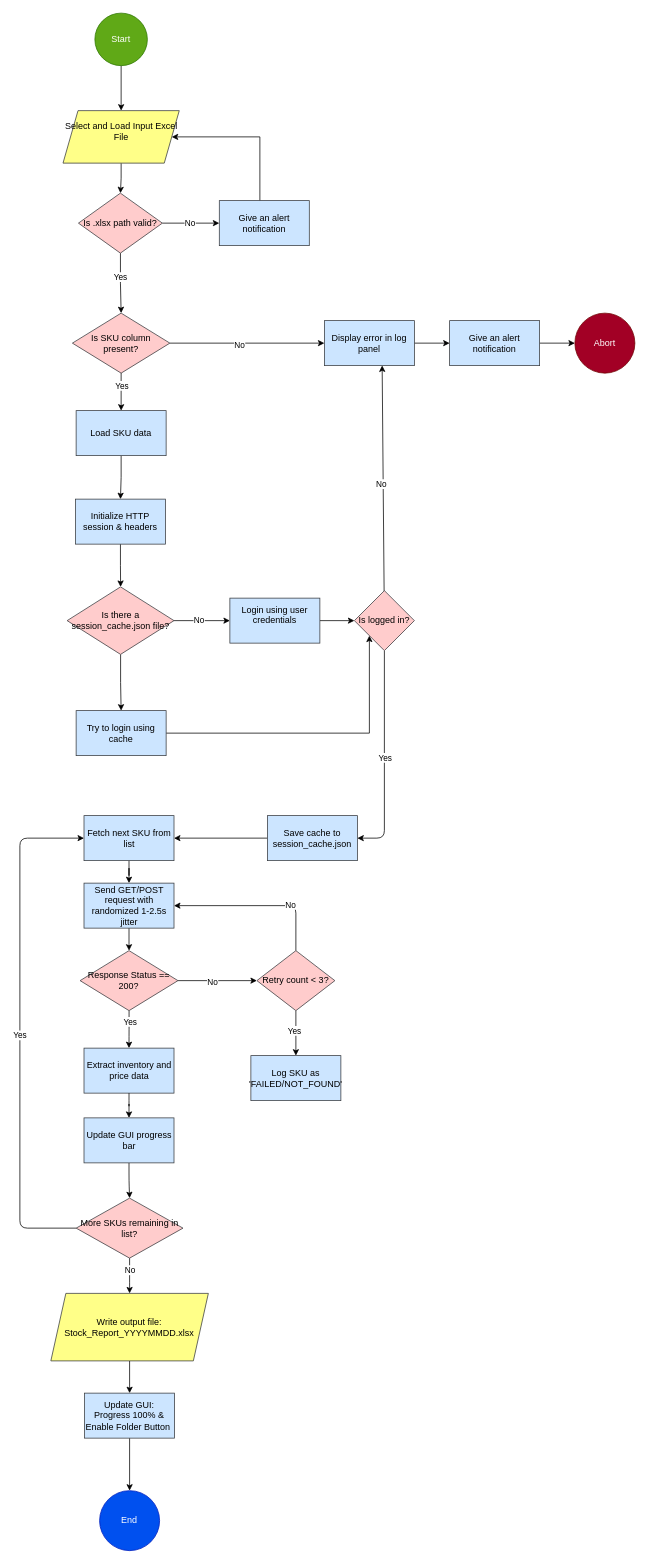
sedat-yazici/stock-controller keeps this draw.io diagram as flowchart.drawio. Above is the earlier version. Source tidied: cells renumbered, new cells numbered last; positions are measured from the earlier drawing's top-left corner, leaving out a move shared by most shapes. Both pictures are drawn from the tidied source at 75%, with x=0, y=0 at pixel (20, 13).
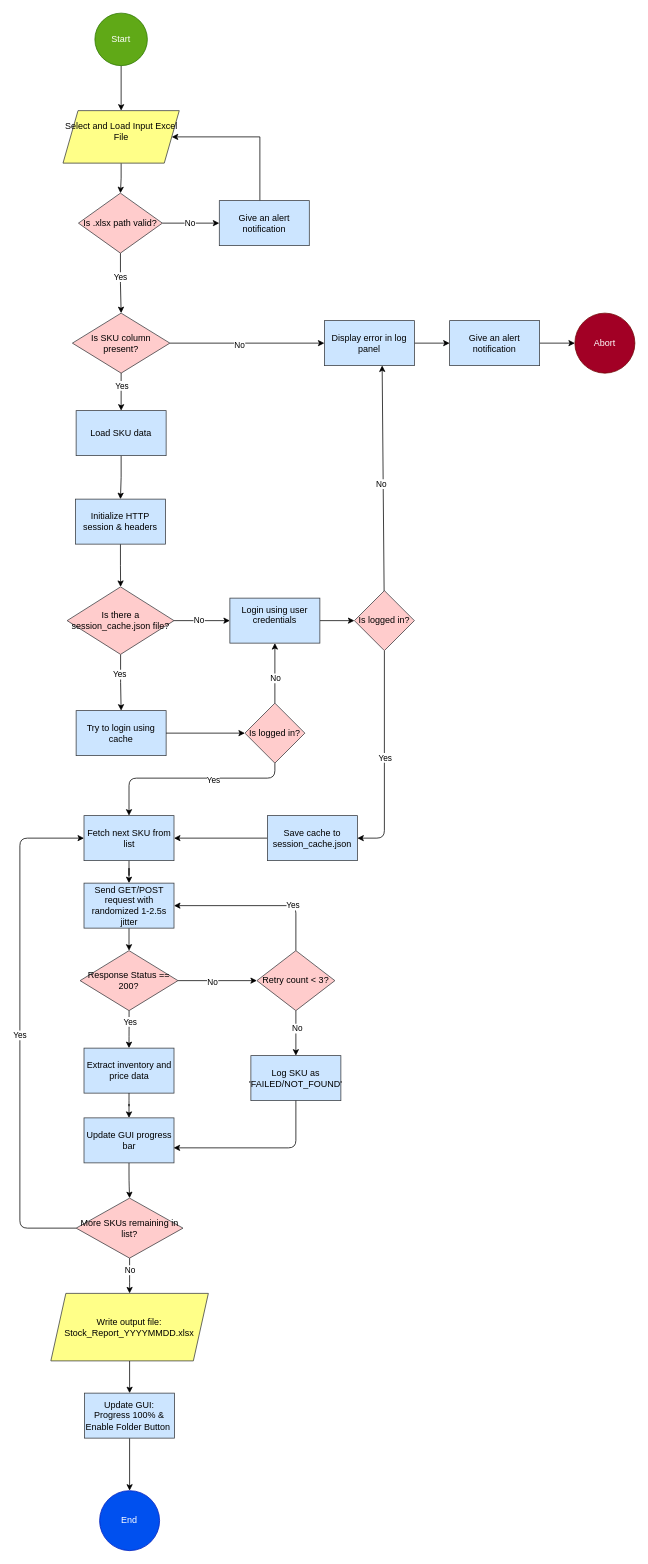
After the change.

Commit message:
flowchart.drawio add missing labels

Unchanged cells that the change refers to:
```xml
<mxCell id="24" style="edgeStyle=orthogonalEdgeStyle;rounded=0;jettySize=auto;html=1;" parent="1" edge="1" source="27" target="29">
  <mxGeometry relative="1" as="geometry" />
</mxCell>
<mxCell id="29" value="Try to login using cache" style="whiteSpace=wrap;html=1;fillColor=#cce5ff;strokeColor=#36393d;" parent="1" vertex="1">
  <mxGeometry x="75" y="930" width="120" height="60" as="geometry" />
</mxCell>
<mxCell id="31" value="Login using user credentials&lt;div&gt;&lt;br&gt;&lt;/div&gt;" style="whiteSpace=wrap;html=1;fillColor=#cce5ff;strokeColor=#36393d;" parent="1" vertex="1">
  <mxGeometry x="280" y="780" width="120" height="60" as="geometry" />
</mxCell>
<mxCell id="34" value="Is logged in?" style="rhombus;whiteSpace=wrap;html=1;shapeInside=1;fillColor=#ffcccc;strokeColor=#36393d;" parent="1" vertex="1">
  <mxGeometry x="446" y="770" width="80" height="80" as="geometry" />
</mxCell>
<mxCell id="43" value="Fetch next SKU from list" style="whiteSpace=wrap;html=1;fillColor=#cce5ff;strokeColor=#36393d;" parent="1" vertex="1">
  <mxGeometry x="85.5" y="1070" width="120" height="60" as="geometry" />
</mxCell>
<mxCell id="51" style="edgeStyle=orthogonalEdgeStyle;rounded=1;jettySize=auto;html=1;entryX=1;entryY=0.5;entryDx=0;entryDy=0;curved=0;" parent="1" edge="1" source="55" target="45">
  <mxGeometry relative="1" as="geometry">
    <Array as="points">
      <mxPoint x="368" y="1190" />
    </Array>
  </mxGeometry>
</mxCell>
<mxCell id="53" style="edgeStyle=orthogonalEdgeStyle;shape=connector;curved=0;rounded=1;jettySize=auto;html=1;strokeColor=default;align=center;verticalAlign=middle;fontFamily=Helvetica;fontSize=11;fontColor=default;labelBackgroundColor=default;endArrow=classic;" parent="1" edge="1" source="55" target="56">
  <mxGeometry relative="1" as="geometry" />
</mxCell>
<mxCell id="56" value="Log SKU as 'FAILED/NOT_FOUND'" style="whiteSpace=wrap;html=1;strokeColor=#36393d;align=center;verticalAlign=middle;fontFamily=Helvetica;fontSize=12;fontColor=default;fillColor=#cce5ff;" parent="1" vertex="1">
  <mxGeometry x="308" y="1390" width="120" height="60" as="geometry" />
</mxCell>
<mxCell id="67" value="Update GUI progress bar" style="whiteSpace=wrap;html=1;fillColor=#cce5ff;strokeColor=#36393d;" parent="1" vertex="1">
  <mxGeometry x="85.5" y="1473" width="120" height="60" as="geometry" />
</mxCell>
```

What changed in the source:
```diff
@@
+    <mxCell id="71" value="Yes" style="edgeLabel;html=1;align=center;verticalAlign=middle;fontFamily=Helvetica;fontSize=11;fontColor=default;labelBackgroundColor=default;" parent="24" vertex="1">
+      <mxGeometry x="-0.3" y="-2" relative="1" as="geometry" />
+    </mxCell>
@@
-    <mxCell id="28" style="edgeStyle=orthogonalEdgeStyle;rounded=0;jettySize=auto;html=1;entryX=0;entryY=1;entryDx=0;entryDy=0;" parent="1" edge="1" source="29" target="34">
+    <mxCell id="28" style="rounded=1;jettySize=auto;html=1;entryX=0.5;entryY=1;entryDx=0;entryDy=0;" parent="1" edge="1" source="79" target="31">
       <mxGeometry relative="1" as="geometry" />
     </mxCell>
+    <mxCell id="72" value="No" style="edgeLabel;html=1;align=center;verticalAlign=middle;fontFamily=Helvetica;fontSize=11;fontColor=default;labelBackgroundColor=default;" parent="28" vertex="1">
+      <mxGeometry x="-0.14" relative="1" as="geometry" />
+    </mxCell>
@@
-    <mxCell id="52" value="No" style="edgeLabel;html=1;align=center;verticalAlign=middle;fontFamily=Helvetica;fontSize=11;fontColor=default;labelBackgroundColor=default;" parent="51" vertex="1">
-      <mxGeometry x="-0.39" y="-2" relative="1" as="geometry" />
-    </mxCell>
+    <mxCell id="73" value="Yes" style="edgeLabel;html=1;align=center;verticalAlign=middle;fontFamily=Helvetica;fontSize=11;fontColor=default;labelBackgroundColor=default;" parent="51" vertex="1">
+      <mxGeometry x="-0.42" y="-1" relative="1" as="geometry" />
+    </mxCell>
@@
-    <mxCell id="54" value="Yes" style="edgeLabel;html=1;align=center;verticalAlign=middle;fontFamily=Helvetica;fontSize=11;fontColor=default;labelBackgroundColor=default;" parent="53" vertex="1">
-      <mxGeometry x="-0.18" y="-3" relative="1" as="geometry">
-        <mxPoint y="1" as="offset" />
-      </mxGeometry>
-    </mxCell>
+    <mxCell id="74" value="No" style="edgeLabel;html=1;align=center;verticalAlign=middle;fontFamily=Helvetica;fontSize=11;fontColor=default;labelBackgroundColor=default;" parent="53" vertex="1">
+      <mxGeometry x="-0.23" y="1" relative="1" as="geometry" />
+    </mxCell>
@@
+    <mxCell id="75" style="edgeStyle=orthogonalEdgeStyle;shape=connector;curved=0;rounded=1;jettySize=auto;html=1;entryX=0.996;entryY=0.666;entryDx=0;entryDy=0;entryPerimeter=0;strokeColor=default;align=center;verticalAlign=middle;fontFamily=Helvetica;fontSize=11;fontColor=default;labelBackgroundColor=default;endArrow=classic;exitX=0.5;exitY=1;exitDx=0;exitDy=0;" parent="1" edge="1" source="56" target="67">
+      <mxGeometry relative="1" as="geometry" />
+    </mxCell>
+    <mxCell id="76" style="rounded=1;jettySize=auto;html=1;" parent="1" edge="1" source="29" target="79">
+      <mxGeometry relative="1" as="geometry" />
+    </mxCell>
+    <mxCell id="77" style="edgeStyle=orthogonalEdgeStyle;shape=connector;curved=0;rounded=1;jettySize=auto;html=1;strokeColor=default;align=center;verticalAlign=middle;fontFamily=Helvetica;fontSize=11;fontColor=default;labelBackgroundColor=default;endArrow=classic;" parent="1" edge="1" source="79" target="43">
+      <mxGeometry relative="1" as="geometry">
+        <Array as="points">
+          <mxPoint x="340" y="1020" />
+          <mxPoint x="145.5" y="1020" />
+        </Array>
+      </mxGeometry>
+    </mxCell>
+    <mxCell id="78" value="Yes" style="edgeLabel;html=1;align=center;verticalAlign=middle;fontFamily=Helvetica;fontSize=11;fontColor=default;labelBackgroundColor=default;" parent="77" vertex="1">
+      <mxGeometry x="-0.22" y="2" relative="1" as="geometry" />
+    </mxCell>
+    <mxCell id="79" value="Is logged in?" style="rhombus;whiteSpace=wrap;html=1;shapeInside=1;fillColor=#ffcccc;strokeColor=#36393d;" parent="1" vertex="1">
+      <mxGeometry x="300" y="920" width="80" height="80" as="geometry" />
+    </mxCell>
```
